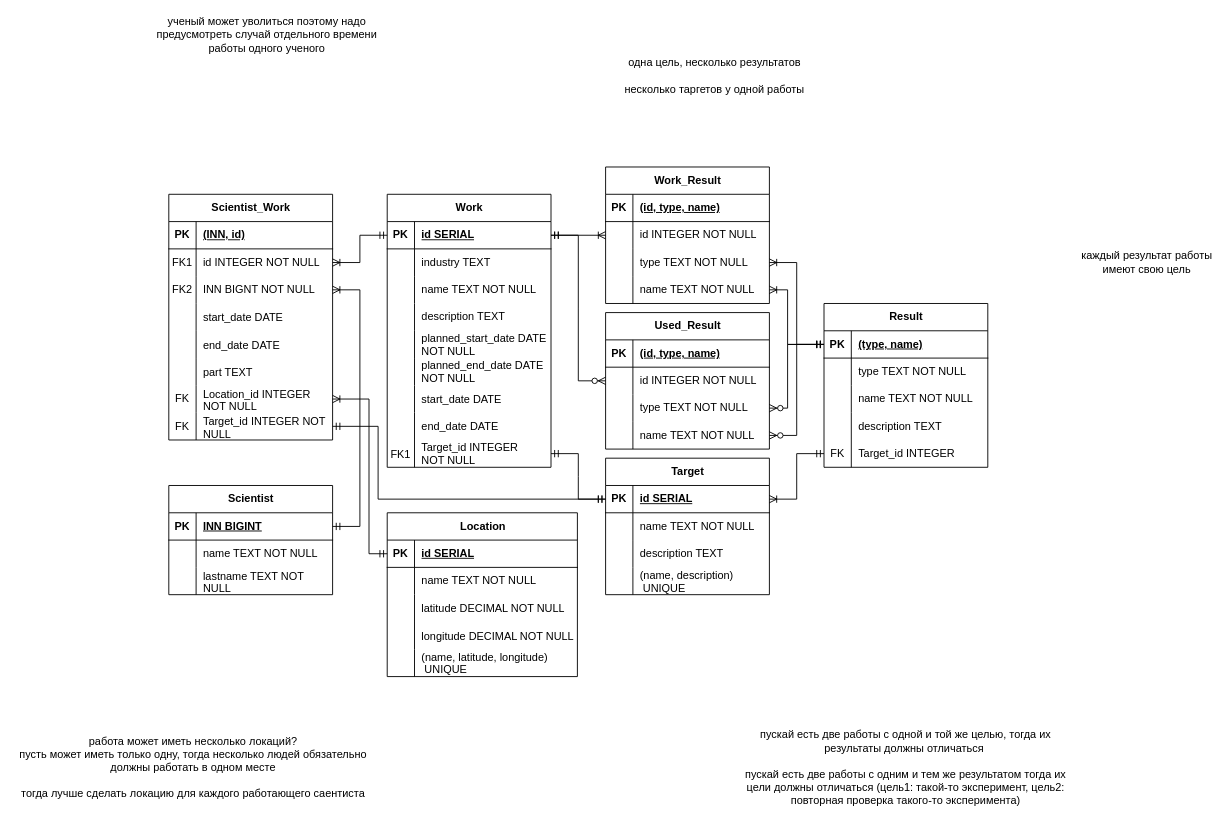
Before: DB/lab_1/diagrams/data.drawio in vanya9090/itmo, a draw.io diagram. Source tidied: cells renumbered, new cells numbered last; positions are measured from the earlier drawing's top-left corner, leaving out a move shared by most shapes. Both pictures are drawn from the tidied source at 91%, with x=0, y=0 at pixel (15, 21).
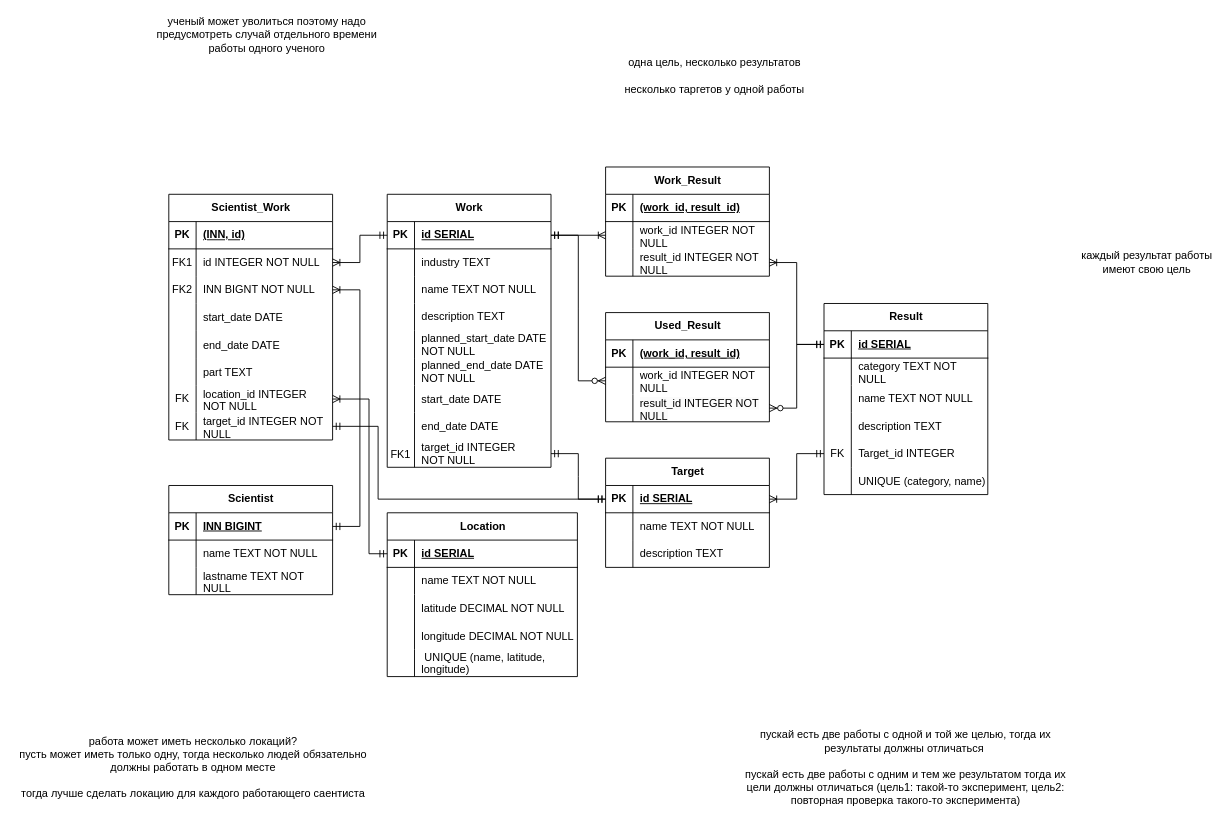
The same page after the edit.

Commit message (it also covers changes not shown here):
update diagrams for 1st DB lab

The change refers to these unchanged cells:
```xml
<mxCell id="25" style="shape=tableRow;horizontal=0;startSize=0;swimlaneHead=0;swimlaneBody=0;fillColor=none;top=0;left=0;right=0;bottom=0;" parent="12" vertex="1">
  <mxGeometry y="150" width="209" height="30" as="geometry" />
</mxCell>
<mxCell id="42" style="shape=tableRow;horizontal=0;startSize=0;swimlaneHead=0;swimlaneBody=0;fillColor=none;points=[[0,0.5],[1,0.5]];portConstraint=eastwest;top=0;left=0;right=0;bottom=1;" parent="41" vertex="1">
  <mxGeometry y="30" width="180" height="30" as="geometry" />
</mxCell>
<mxCell id="45" style="shape=tableRow;horizontal=0;startSize=0;swimlaneHead=0;swimlaneBody=0;fillColor=none;top=0;left=0;right=0;bottom=0;" parent="41" vertex="1">
  <mxGeometry y="60" width="180" height="30" as="geometry" />
</mxCell>
<mxCell id="82" style="shape=tableRow;horizontal=0;startSize=0;swimlaneHead=0;swimlaneBody=0;fillColor=none;points=[[0,0.5],[1,0.5]];portConstraint=eastwest;top=0;left=0;right=0;bottom=0;" parent="57" vertex="1">
  <mxGeometry y="270" width="180" height="30" as="geometry" />
</mxCell>
<mxCell id="104" style="shape=tableRow;horizontal=0;startSize=0;swimlaneHead=0;swimlaneBody=0;fillColor=none;points=[[0,0.5],[1,0.5]];portConstraint=eastwest;top=0;left=0;right=0;bottom=0;" parent="85" vertex="1">
  <mxGeometry y="210" width="180" height="30" as="geometry" />
</mxCell>
<mxCell id="107" style="shape=tableRow;horizontal=0;startSize=0;swimlaneHead=0;swimlaneBody=0;fillColor=none;points=[[0,0.5],[1,0.5]];portConstraint=eastwest;top=0;left=0;right=0;bottom=0;" parent="85" vertex="1">
  <mxGeometry y="240" width="180" height="30" as="geometry" />
</mxCell>
<mxCell id="116" style="shape=tableRow;horizontal=0;startSize=0;swimlaneHead=0;swimlaneBody=0;fillColor=none;top=0;left=0;right=0;bottom=1;" parent="115" vertex="1">
  <mxGeometry y="30" width="180" height="30" as="geometry" />
</mxCell>
<mxCell id="119" style="shape=tableRow;horizontal=0;startSize=0;swimlaneHead=0;swimlaneBody=0;fillColor=none;points=[[0,0.5],[1,0.5]];portConstraint=eastwest;top=0;left=0;right=0;bottom=0;" parent="115" vertex="1">
  <mxGeometry y="60" width="180" height="30" as="geometry" />
</mxCell>
<mxCell id="122" style="shape=tableRow;horizontal=0;startSize=0;swimlaneHead=0;swimlaneBody=0;fillColor=none;points=[[0,0.5],[1,0.5]];portConstraint=eastwest;top=0;left=0;right=0;bottom=0;" parent="115" vertex="1">
  <mxGeometry y="90" width="180" height="30" as="geometry" />
</mxCell>
<mxCell id="136" style="shape=tableRow;horizontal=0;startSize=0;swimlaneHead=0;swimlaneBody=0;fillColor=none;top=0;left=0;right=0;bottom=1;" parent="135" vertex="1">
  <mxGeometry y="30" width="180" height="30" as="geometry" />
</mxCell>
<mxCell id="139" style="shape=tableRow;horizontal=0;startSize=0;swimlaneHead=0;swimlaneBody=0;fillColor=none;points=[[0,0.5],[1,0.5]];portConstraint=eastwest;top=0;left=0;right=0;bottom=0;" parent="135" vertex="1">
  <mxGeometry y="60" width="180" height="30" as="geometry" />
</mxCell>
```

The edit, as a diff of the source:
```diff
@@
-    <mxCell id="27" value="(name, latitude, longitude)&#10; UNIQUE" style="shape=partialRectangle;fillColor=none;top=0;left=0;bottom=0;right=0;align=left;spacingLeft=6;overflow=hidden;" parent="25" vertex="1">
+    <mxCell id="27" value=" UNIQUE (name, latitude,&#10;longitude)&#10;" style="shape=partialRectangle;fillColor=none;top=0;left=0;bottom=0;right=0;align=left;spacingLeft=6;overflow=hidden;" parent="25" vertex="1">
       <mxGeometry x="30" width="179" height="30" as="geometry" />
     </mxCell>
     <mxCell id="28" value="Target" style="shape=table;startSize=30;childLayout=tableLayout;rowLines=0;fontStyle=1;align=center;html=1;" parent="1" vertex="1">
-      <mxGeometry x="648" y="480" width="180" height="150" as="geometry" />
+      <mxGeometry x="648" y="480" width="180" height="120" as="geometry" />
     </mxCell>
@@
-    <mxCell id="38" style="shape=tableRow;horizontal=0;startSize=0;swimlaneHead=0;swimlaneBody=0;fillColor=none;top=0;left=0;right=0;bottom=0;" parent="28" vertex="1">
-      <mxGeometry y="120" width="180" height="30" as="geometry" />
-    </mxCell>
-    <mxCell id="39" style="shape=partialRectangle;fillColor=none;top=0;left=0;bottom=0;right=0;overflow=hidden;" parent="38" vertex="1">
-      <mxGeometry width="30" height="30" as="geometry" />
-    </mxCell>
-    <mxCell id="40" value="(name, description)&#10; UNIQUE" style="shape=partialRectangle;fillColor=none;top=0;left=0;bottom=0;right=0;align=left;spacingLeft=6;overflow=hidden;" parent="38" vertex="1">
-      <mxGeometry x="30" width="150" height="30" as="geometry" />
-    </mxCell>
     <mxCell id="41" value="Result" style="shape=table;startSize=30;childLayout=tableLayout;rowLines=0;fontStyle=1;align=center;html=1;" parent="1" vertex="1">
-      <mxGeometry x="888" y="310" width="180" height="180" as="geometry" />
+      <mxGeometry x="888" y="310" width="180" height="210" as="geometry" />
     </mxCell>
@@
-    <mxCell id="44" value="(type, name)" style="shape=partialRectangle;fillColor=none;top=0;left=0;bottom=0;right=0;align=left;spacingLeft=6;fontStyle=5;overflow=hidden;whiteSpace=wrap;html=1;" parent="42" vertex="1">
+    <mxCell id="44" value="id SERIAL" style="shape=partialRectangle;fillColor=none;top=0;left=0;bottom=0;right=0;align=left;spacingLeft=6;fontStyle=5;overflow=hidden;whiteSpace=wrap;html=1;" parent="42" vertex="1">
       <mxGeometry x="30" width="150" height="30" as="geometry" />
     </mxCell>
@@
-    <mxCell id="47" value="type TEXT NOT NULL" style="shape=partialRectangle;fillColor=none;top=0;left=0;bottom=0;right=0;align=left;spacingLeft=6;overflow=hidden;whiteSpace=wrap;html=1;" parent="45" vertex="1">
+    <mxCell id="47" value="category TEXT NOT NULL" style="shape=partialRectangle;fillColor=none;top=0;left=0;bottom=0;right=0;align=left;spacingLeft=6;overflow=hidden;whiteSpace=wrap;html=1;" parent="45" vertex="1">
       <mxGeometry x="30" width="150" height="30" as="geometry" />
     </mxCell>
@@
+    <mxCell id="155" style="shape=tableRow;horizontal=0;startSize=0;swimlaneHead=0;swimlaneBody=0;fillColor=none;top=0;left=0;right=0;bottom=0;" parent="41" vertex="1">
+      <mxGeometry y="180" width="180" height="30" as="geometry" />
+    </mxCell>
+    <mxCell id="39" style="shape=partialRectangle;fillColor=none;top=0;left=0;bottom=0;right=0;overflow=hidden;" parent="155" vertex="1">
+      <mxGeometry width="30" height="30" as="geometry" />
+    </mxCell>
+    <mxCell id="156" value="UNIQUE (category, name)" style="shape=partialRectangle;fillColor=none;top=0;left=0;bottom=0;right=0;align=left;spacingLeft=6;overflow=hidden;" parent="155" vertex="1">
+      <mxGeometry x="30" width="150" height="30" as="geometry" />
+    </mxCell>
@@
-    <mxCell id="84" value="Target_id INTEGER&#10;NOT NULL" style="shape=partialRectangle;fillColor=none;top=0;left=0;bottom=0;right=0;align=left;spacingLeft=6;overflow=hidden;" parent="82" vertex="1">
+    <mxCell id="84" value="target_id INTEGER&#10;NOT NULL" style="shape=partialRectangle;fillColor=none;top=0;left=0;bottom=0;right=0;align=left;spacingLeft=6;overflow=hidden;" parent="82" vertex="1">
       <mxGeometry x="30" width="150" height="30" as="geometry" />
     </mxCell>
@@
-    <mxCell id="106" value="Location_id INTEGER NOT NULL" style="shape=partialRectangle;fillColor=none;top=0;left=0;bottom=0;right=0;align=left;spacingLeft=6;fontStyle=0;overflow=hidden;whiteSpace=wrap;html=1;" parent="104" vertex="1">
+    <mxCell id="106" value="location_id INTEGER NOT NULL" style="shape=partialRectangle;fillColor=none;top=0;left=0;bottom=0;right=0;align=left;spacingLeft=6;fontStyle=0;overflow=hidden;whiteSpace=wrap;html=1;" parent="104" vertex="1">
       <mxGeometry x="30" width="150" height="30" as="geometry" />
     </mxCell>
@@
-    <mxCell id="109" value="Target_id INTEGER NOT NULL" style="shape=partialRectangle;fillColor=none;top=0;left=0;bottom=0;right=0;align=left;spacingLeft=6;fontStyle=0;overflow=hidden;whiteSpace=wrap;html=1;" parent="107" vertex="1">
+    <mxCell id="109" value="target_id INTEGER NOT NULL" style="shape=partialRectangle;fillColor=none;top=0;left=0;bottom=0;right=0;align=left;spacingLeft=6;fontStyle=0;overflow=hidden;whiteSpace=wrap;html=1;" parent="107" vertex="1">
       <mxGeometry x="30" width="150" height="30" as="geometry" />
     </mxCell>
@@
     <mxCell id="115" value="Work_Result" style="shape=table;startSize=30;childLayout=tableLayout;rowLines=0;fontStyle=1;align=center;html=1;" parent="1" vertex="1">
-      <mxGeometry x="648" y="160" width="180" height="150" as="geometry" />
+      <mxGeometry x="648" y="160" width="180" height="120" as="geometry" />
     </mxCell>
@@
-    <mxCell id="118" value="(id, type, name)" style="shape=partialRectangle;fillColor=none;top=0;left=0;bottom=0;right=0;align=left;spacingLeft=6;fontStyle=5;overflow=hidden;whiteSpace=wrap;html=1;" parent="116" vertex="1">
+    <mxCell id="118" value="(work_id, result_id)" style="shape=partialRectangle;fillColor=none;top=0;left=0;bottom=0;right=0;align=left;spacingLeft=6;fontStyle=5;overflow=hidden;whiteSpace=wrap;html=1;" parent="116" vertex="1">
       <mxGeometry x="30" width="150" height="30" as="geometry" />
     </mxCell>
@@
-    <mxCell id="121" value="id INTEGER NOT NULL" style="shape=partialRectangle;fillColor=none;top=0;left=0;bottom=0;right=0;align=left;spacingLeft=6;overflow=hidden;whiteSpace=wrap;html=1;" parent="119" vertex="1">
+    <mxCell id="121" value="work_id INTEGER NOT NULL" style="shape=partialRectangle;fillColor=none;top=0;left=0;bottom=0;right=0;align=left;spacingLeft=6;overflow=hidden;whiteSpace=wrap;html=1;" parent="119" vertex="1">
       <mxGeometry x="30" width="150" height="30" as="geometry" />
     </mxCell>
@@
-    <mxCell id="124" value="type TEXT NOT NULL" style="shape=partialRectangle;fillColor=none;top=0;left=0;bottom=0;right=0;align=left;spacingLeft=6;overflow=hidden;whiteSpace=wrap;html=1;" parent="122" vertex="1">
+    <mxCell id="124" value="result_id INTEGER NOT NULL" style="shape=partialRectangle;fillColor=none;top=0;left=0;bottom=0;right=0;align=left;spacingLeft=6;overflow=hidden;whiteSpace=wrap;html=1;" parent="122" vertex="1">
       <mxGeometry x="30" width="150" height="30" as="geometry" />
     </mxCell>
-    <mxCell id="125" style="shape=tableRow;horizontal=0;startSize=0;swimlaneHead=0;swimlaneBody=0;fillColor=none;points=[[0,0.5],[1,0.5]];portConstraint=eastwest;top=0;left=0;right=0;bottom=0;" parent="115" vertex="1">
-      <mxGeometry y="120" width="180" height="30" as="geometry" />
-    </mxCell>
-    <mxCell id="126" style="shape=partialRectangle;fillColor=none;top=0;left=0;bottom=0;right=0;overflow=hidden;whiteSpace=wrap;html=1;" parent="125" vertex="1">
-      <mxGeometry width="30" height="30" as="geometry" />
-    </mxCell>
-    <mxCell id="127" value="name TEXT NOT NULL" style="shape=partialRectangle;fillColor=none;top=0;left=0;bottom=0;right=0;align=left;spacingLeft=6;overflow=hidden;whiteSpace=wrap;html=1;" parent="125" vertex="1">
-      <mxGeometry x="30" width="150" height="30" as="geometry" />
-    </mxCell>
@@
-    <mxCell id="129" style="edgeStyle=elbowEdgeStyle;fontSize=12;html=1;endArrow=ERoneToMany;startArrow=ERmandOne;rounded=0;exitX=0;exitY=0.5;exitDx=0;exitDy=0;entryX=1;entryY=0.5;entryDx=0;entryDy=0;" parent="1" edge="1" source="42" target="125">
-      <mxGeometry relative="1" as="geometry">
-        <Array as="points">
-          <mxPoint x="848" y="320" />
-        </Array>
-      </mxGeometry>
-    </mxCell>
@@
     <mxCell id="135" value="Used_Result" style="shape=table;startSize=30;childLayout=tableLayout;rowLines=0;fontStyle=1;align=center;html=1;" parent="1" vertex="1">
-      <mxGeometry x="648" y="320" width="180" height="150" as="geometry" />
+      <mxGeometry x="648" y="320" width="180" height="120" as="geometry" />
     </mxCell>
@@
-    <mxCell id="138" value="(id, type, name)" style="shape=partialRectangle;fillColor=none;top=0;left=0;bottom=0;right=0;align=left;spacingLeft=6;fontStyle=5;overflow=hidden;whiteSpace=wrap;html=1;" parent="136" vertex="1">
+    <mxCell id="138" value="(work_id, result_id)" style="shape=partialRectangle;fillColor=none;top=0;left=0;bottom=0;right=0;align=left;spacingLeft=6;fontStyle=5;overflow=hidden;whiteSpace=wrap;html=1;" parent="136" vertex="1">
       <mxGeometry x="30" width="150" height="30" as="geometry" />
     </mxCell>
@@
-    <mxCell id="141" value="id INTEGER NOT NULL" style="shape=partialRectangle;fillColor=none;top=0;left=0;bottom=0;right=0;align=left;spacingLeft=6;overflow=hidden;whiteSpace=wrap;html=1;" parent="139" vertex="1">
+    <mxCell id="141" value="work_id INTEGER NOT NULL" style="shape=partialRectangle;fillColor=none;top=0;left=0;bottom=0;right=0;align=left;spacingLeft=6;overflow=hidden;whiteSpace=wrap;html=1;" parent="139" vertex="1">
       <mxGeometry x="30" width="150" height="30" as="geometry" />
     </mxCell>
-    <mxCell id="142" style="shape=tableRow;horizontal=0;startSize=0;swimlaneHead=0;swimlaneBody=0;fillColor=none;points=[[0,0.5],[1,0.5]];portConstraint=eastwest;top=0;left=0;right=0;bottom=0;" parent="135" vertex="1">
-      <mxGeometry y="90" width="180" height="30" as="geometry" />
-    </mxCell>
-    <mxCell id="143" style="shape=partialRectangle;fillColor=none;top=0;left=0;bottom=0;right=0;overflow=hidden;whiteSpace=wrap;html=1;" parent="142" vertex="1">
-      <mxGeometry width="30" height="30" as="geometry" />
-    </mxCell>
-    <mxCell id="144" value="type TEXT NOT NULL" style="shape=partialRectangle;fillColor=none;top=0;left=0;bottom=0;right=0;align=left;spacingLeft=6;overflow=hidden;whiteSpace=wrap;html=1;" parent="142" vertex="1">
-      <mxGeometry x="30" width="150" height="30" as="geometry" />
-    </mxCell>
     <mxCell id="145" style="shape=tableRow;horizontal=0;startSize=0;swimlaneHead=0;swimlaneBody=0;fillColor=none;points=[[0,0.5],[1,0.5]];portConstraint=eastwest;top=0;left=0;right=0;bottom=0;" parent="135" vertex="1">
-      <mxGeometry y="120" width="180" height="30" as="geometry" />
+      <mxGeometry y="90" width="180" height="30" as="geometry" />
     </mxCell>
@@
-    <mxCell id="147" value="name TEXT NOT NULL" style="shape=partialRectangle;fillColor=none;top=0;left=0;bottom=0;right=0;align=left;spacingLeft=6;overflow=hidden;whiteSpace=wrap;html=1;" parent="145" vertex="1">
+    <mxCell id="147" value="&lt;span style=&quot;color: rgb(0, 0, 0); font-family: Helvetica; font-size: 12px; font-style: normal; font-variant-ligatures: normal; font-variant-caps: normal; font-weight: 400; letter-spacing: normal; orphans: 2; text-align: left; text-indent: 0px; text-transform: none; widows: 2; word-spacing: 0px; -webkit-text-stroke-width: 0px; white-space: normal; background-color: rgb(251, 251, 251); text-decoration-thickness: initial; text-decoration-style: initial; text-decoration-color: initial; display: inline !important; float: none;&quot;&gt;result_id INTEGER NOT NULL&lt;/span&gt;" style="shape=partialRectangle;fillColor=none;top=0;left=0;bottom=0;right=0;align=left;spacingLeft=6;overflow=hidden;whiteSpace=wrap;html=1;" parent="145" vertex="1">
       <mxGeometry x="30" width="150" height="30" as="geometry" />
     </mxCell>
@@
-    <mxCell id="149" style="edgeStyle=elbowEdgeStyle;fontSize=12;html=1;endArrow=ERzeroToMany;startArrow=ERmandOne;rounded=0;exitX=0;exitY=0.5;exitDx=0;exitDy=0;" parent="1" edge="1" source="42" target="142">
-      <mxGeometry relative="1" as="geometry">
-        <Array as="points">
-          <mxPoint x="848" y="390" />
-        </Array>
-      </mxGeometry>
-    </mxCell>
```
